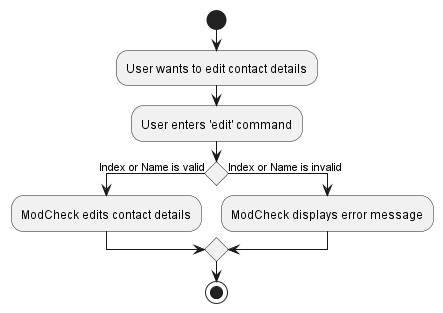
Above: docs/images/EditActivityDiagram.png in nus-cs2103-AY2223S2/tp (PlantUML), before the change. Source of this version:
```plantuml
@startuml

start
:User wants to edit contact details;
:User enters 'edit' command;

if () then (Index or Name is valid)
  :ModCheck edits contact details;
else (Index or Name is invalid)
  :ModCheck displays error message;
endif


stop
@enduml
```
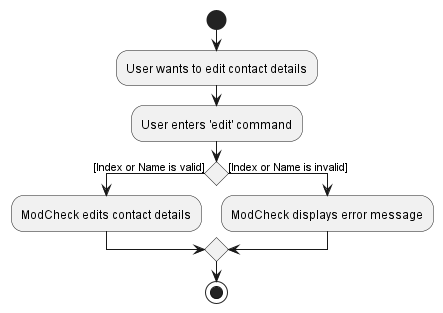
The same diagram one commit later.

Commit message:
update Activity Diagram

Diff of the diagram source:
```diff
@@ -4,9 +4,9 @@
 :User wants to edit contact details;
 :User enters 'edit' command;
 
-if () then (Index or Name is valid)
+if () then ([Index or Name is valid])
   :ModCheck edits contact details;
-else (Index or Name is invalid)
+else ([Index or Name is invalid])
   :ModCheck displays error message;
 endif
 
```
